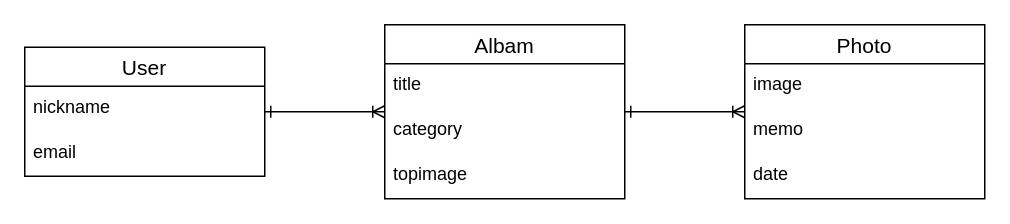
Before: er.dio in yuhorn/memoria, a draw.io diagram. Source tidied: cells renumbered, new cells numbered last; positions are measured from the earlier drawing's top-left corner, leaving out a move shared by most shapes. Both pictures are drawn from the tidied source at 150%, with x=0, y=0 at pixel (24, 24).
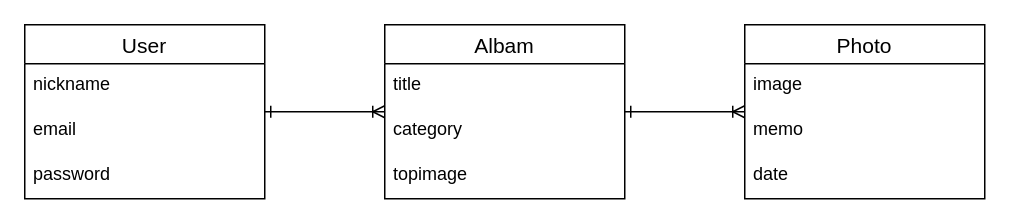
The same diagram, later.

The edit, as a diff of the source:
```diff
@@
 <mxGraphModel>
   <root>
     <mxCell id="0" />
     <mxCell id="1" parent="0" />
     <mxCell id="2" style="edgeStyle=none;html=1;endArrow=ERone;endFill=0;startArrow=ERoneToMany;startFill=0;" parent="1" edge="1" source="4" target="8">
       <mxGeometry relative="1" as="geometry" />
     </mxCell>
     <mxCell id="3" style="edgeStyle=none;html=1;endArrow=ERoneToMany;endFill=0;startArrow=ERone;startFill=0;" parent="1" edge="1" source="4" target="11">
       <mxGeometry relative="1" as="geometry" />
     </mxCell>
     <mxCell id="4" value="Albam" style="swimlane;fontStyle=0;horizontal=1;startSize=26;align=center;fontSize=14;" parent="1" vertex="1">
       <mxGeometry x="240" width="160" height="116" as="geometry" />
     </mxCell>
     <mxCell id="5" value="title" style="text;strokeColor=none;fillColor=none;spacingLeft=4;spacingRight=4;overflow=hidden;fontSize=12;" parent="4" vertex="1">
       <mxGeometry y="26" width="160" height="30" as="geometry" />
     </mxCell>
     <mxCell id="6" value="category" style="text;strokeColor=none;fillColor=none;spacingLeft=4;spacingRight=4;overflow=hidden;fontSize=12;" parent="4" vertex="1">
       <mxGeometry y="56" width="160" height="30" as="geometry" />
     </mxCell>
     <mxCell id="7" value="topimage" style="text;strokeColor=none;fillColor=none;spacingLeft=4;spacingRight=4;overflow=hidden;fontSize=12;" parent="4" vertex="1">
       <mxGeometry y="86" width="160" height="30" as="geometry" />
     </mxCell>
     <mxCell id="8" value="User" style="swimlane;fontStyle=0;horizontal=1;startSize=26;align=center;fontSize=14;" parent="1" vertex="1">
-      <mxGeometry y="15" width="160" height="86" as="geometry" />
+      <mxGeometry width="160" height="116" as="geometry" />
     </mxCell>
     <mxCell id="9" value="nickname" style="text;strokeColor=none;fillColor=none;spacingLeft=4;spacingRight=4;overflow=hidden;fontSize=12;" parent="8" vertex="1">
       <mxGeometry y="26" width="160" height="30" as="geometry" />
     </mxCell>
     <mxCell id="10" value="email" style="text;strokeColor=none;fillColor=none;spacingLeft=4;spacingRight=4;overflow=hidden;fontSize=12;" parent="8" vertex="1">
       <mxGeometry y="56" width="160" height="30" as="geometry" />
     </mxCell>
+    <mxCell id="15" value="password" style="text;strokeColor=none;fillColor=none;spacingLeft=4;spacingRight=4;overflow=hidden;fontSize=12;" parent="8" vertex="1">
+      <mxGeometry y="86" width="160" height="30" as="geometry" />
+    </mxCell>
     <mxCell id="11" value="Photo" style="swimlane;fontStyle=0;horizontal=1;startSize=26;align=center;fontSize=14;" parent="1" vertex="1">
       <mxGeometry x="480" width="160" height="116" as="geometry" />
     </mxCell>
     <mxCell id="12" value="image" style="text;strokeColor=none;fillColor=none;spacingLeft=4;spacingRight=4;overflow=hidden;fontSize=12;" parent="11" vertex="1">
       <mxGeometry y="26" width="160" height="30" as="geometry" />
     </mxCell>
     <mxCell id="13" value="memo" style="text;strokeColor=none;fillColor=none;spacingLeft=4;spacingRight=4;overflow=hidden;fontSize=12;" parent="11" vertex="1">
       <mxGeometry y="56" width="160" height="30" as="geometry" />
     </mxCell>
     <mxCell id="14" value="date" style="text;strokeColor=none;fillColor=none;spacingLeft=4;spacingRight=4;overflow=hidden;fontSize=12;" parent="11" vertex="1">
       <mxGeometry y="86" width="160" height="30" as="geometry" />
     </mxCell>
   </root>
 </mxGraphModel>
```
